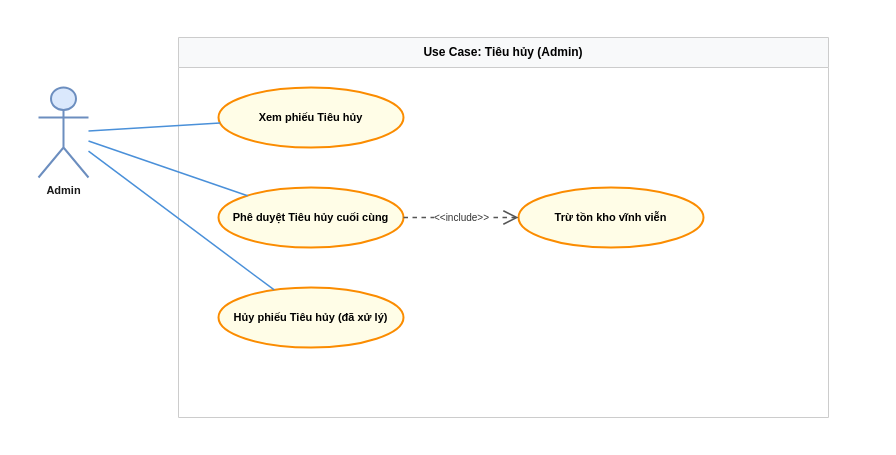
Nghiatv2006/KhoHang keeps this draw.io diagram as UseCase/ADMIN/20_tieu_huy.drawio. Above is the earlier version. Source tidied: cells renumbered, new cells numbered last; positions are measured from the earlier drawing's top-left corner, leaving out a move shared by most shapes. Both pictures are drawn from the tidied source at 100%, with x=0, y=0 at pixel (38, 37).
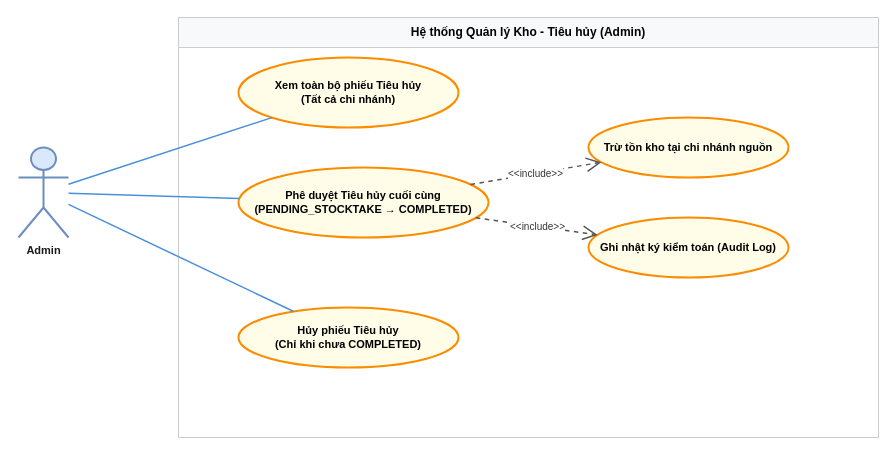
After the change.

Commit message (it also covers changes not shown here):
Update use case diagrams

Change to the diagram source:
```diff
@@
 <mxGraphModel>
   <root>
     <mxCell id="0" />
     <mxCell id="1" parent="0" />
-    <mxCell id="2" value="Use Case: Tiêu hủy (Admin)" style="swimlane;whiteSpace=wrap;html=1;startSize=30;fillColor=#f8f9fa;strokeColor=#cccccc;fontStyle=1;align=center;" parent="1" vertex="1">
-      <mxGeometry x="140" width="650" height="380" as="geometry" />
+    <mxCell id="2" value="Hệ thống Quản lý Kho - Tiêu hủy (Admin)" style="swimlane;whiteSpace=wrap;html=1;startSize=30;fillColor=#f8f9fa;strokeColor=#cccccc;fontStyle=1;align=center;" parent="1" vertex="1">
+      <mxGeometry x="140" y="-20" width="700" height="420" as="geometry" />
     </mxCell>
     <mxCell id="3" value="Admin" style="shape=umlActor;verticalLabelPosition=bottom;verticalAlign=top;html=1;outlineConnect=0;fillColor=#dae8fc;strokeColor=#6c8ebf;strokeWidth=2;fontColor=#1a1a1a;fontStyle=1;fontSize=11;" parent="1" vertex="1">
-      <mxGeometry y="50" width="50" height="90" as="geometry" />
+      <mxGeometry x="-20" y="110" width="50" height="90" as="geometry" />
     </mxCell>
-    <mxCell id="4" value="Xem phiếu Tiêu hủy" style="ellipse;whiteSpace=wrap;html=1;fillColor=#fffde7;strokeColor=#fb8c00;strokeWidth=2;fontStyle=1;fontSize=11;align=center;" parent="1" vertex="1">
-      <mxGeometry x="180" y="50" width="185" height="60" as="geometry" />
+    <mxCell id="4" value="Xem toàn bộ phiếu Tiêu hủy&#10;(Tất cả chi nhánh)" style="ellipse;whiteSpace=wrap;html=1;fillColor=#fffde7;strokeColor=#fb8c00;strokeWidth=2;fontStyle=1;fontSize=11;align=center;" parent="1" vertex="1">
+      <mxGeometry x="200" y="20" width="220" height="70" as="geometry" />
     </mxCell>
-    <mxCell id="5" value="Phê duyệt Tiêu hủy cuối cùng" style="ellipse;whiteSpace=wrap;html=1;fillColor=#fffde7;strokeColor=#fb8c00;strokeWidth=2;fontStyle=1;fontSize=11;align=center;" parent="1" vertex="1">
-      <mxGeometry x="180" y="150" width="185" height="60" as="geometry" />
+    <mxCell id="5" value="Phê duyệt Tiêu hủy cuối cùng&#10;(PENDING_STOCKTAKE → COMPLETED)" style="ellipse;whiteSpace=wrap;html=1;fillColor=#fffde7;strokeColor=#fb8c00;strokeWidth=2;fontStyle=1;fontSize=11;align=center;" parent="1" vertex="1">
+      <mxGeometry x="200" y="130" width="250" height="70" as="geometry" />
     </mxCell>
-    <mxCell id="6" value="Trừ tồn kho vĩnh viễn" style="ellipse;whiteSpace=wrap;html=1;fillColor=#fffde7;strokeColor=#fb8c00;strokeWidth=2;fontStyle=1;fontSize=11;align=center;" parent="1" vertex="1">
-      <mxGeometry x="480" y="150" width="185" height="60" as="geometry" />
+    <mxCell id="6" value="Trừ tồn kho tại chi nhánh nguồn" style="ellipse;whiteSpace=wrap;html=1;fillColor=#fffde7;strokeColor=#fb8c00;strokeWidth=2;fontStyle=1;fontSize=11;align=center;" parent="1" vertex="1">
+      <mxGeometry x="550" y="80" width="200" height="60" as="geometry" />
     </mxCell>
+    <mxCell id="12" value="Ghi nhật ký kiểm toán (Audit Log)" style="ellipse;whiteSpace=wrap;html=1;fillColor=#fffde7;strokeColor=#fb8c00;strokeWidth=2;fontStyle=1;fontSize=11;align=center;" parent="1" vertex="1">
+      <mxGeometry x="550" y="180" width="200" height="60" as="geometry" />
+    </mxCell>
-    <mxCell id="7" value="Hủy phiếu Tiêu hủy (đã xử lý)" style="ellipse;whiteSpace=wrap;html=1;fillColor=#fffde7;strokeColor=#fb8c00;strokeWidth=2;fontStyle=1;fontSize=11;align=center;" parent="1" vertex="1">
-      <mxGeometry x="180" y="250" width="185" height="60" as="geometry" />
+    <mxCell id="7" value="Hủy phiếu Tiêu hủy&#10;(Chỉ khi chưa COMPLETED)" style="ellipse;whiteSpace=wrap;html=1;fillColor=#fffde7;strokeColor=#fb8c00;strokeWidth=2;fontStyle=1;fontSize=11;align=center;" parent="1" vertex="1">
+      <mxGeometry x="200" y="270" width="220" height="60" as="geometry" />
     </mxCell>
     <mxCell id="8" style="endArrow=none;html=1;rounded=0;strokeColor=#4a90d9;strokeWidth=1.5;" parent="1" edge="1" source="3" target="4">
       <mxGeometry relative="1" as="geometry" />
     </mxCell>
     <mxCell id="9" style="endArrow=none;html=1;rounded=0;strokeColor=#4a90d9;strokeWidth=1.5;" parent="1" edge="1" source="3" target="5">
       <mxGeometry relative="1" as="geometry" />
     </mxCell>
+    <mxCell id="13" style="endArrow=none;html=1;rounded=0;strokeColor=#4a90d9;strokeWidth=1.5;" parent="1" edge="1" source="3" target="7">
+      <mxGeometry relative="1" as="geometry" />
+    </mxCell>
     <mxCell id="10" value="&amp;lt;&amp;lt;include&amp;gt;&amp;gt;" style="endArrow=open;endSize=12;dashed=1;html=1;rounded=0;strokeColor=#555555;strokeWidth=1.5;labelBackgroundColor=#ffffff;fontColor=#333333;fontSize=10;align=center;" parent="1" edge="1" source="5" target="6">
       <mxGeometry relative="1" as="geometry" />
     </mxCell>
-    <mxCell id="11" style="endArrow=none;html=1;rounded=0;strokeColor=#4a90d9;strokeWidth=1.5;" parent="1" edge="1" source="3" target="7">
+    <mxCell id="11" value="&amp;lt;&amp;lt;include&amp;gt;&amp;gt;" style="endArrow=open;endSize=12;dashed=1;html=1;rounded=0;strokeColor=#555555;strokeWidth=1.5;labelBackgroundColor=#ffffff;fontColor=#333333;fontSize=10;align=center;" parent="1" edge="1" source="5" target="12">
       <mxGeometry relative="1" as="geometry" />
     </mxCell>
   </root>
 </mxGraphModel>
```
